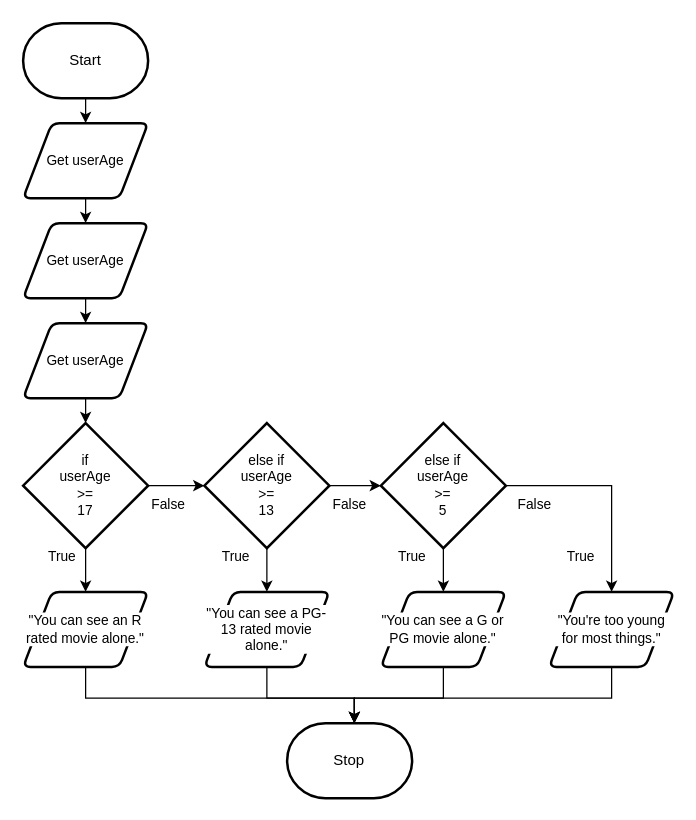
The draw.io diagram design/flowchart.drawio in MTHS-ICD2O-1-2024/ICD2O-Unit-5-05-peter-zerbinos, before the edit. Source tidied: cells renumbered, new cells numbered last; positions are measured from the earlier drawing's top-left corner, leaving out a move shared by most shapes. Both pictures are drawn from the tidied source at 125%, with x=0, y=0 at pixel (22, 22).
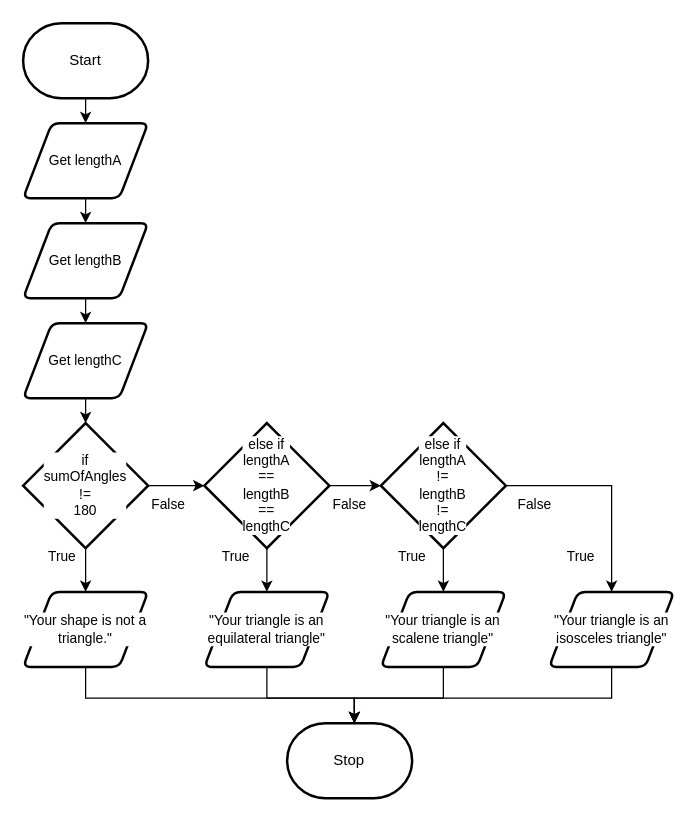
After the change.

Commit message:
finished flowchart

The edit, as a diff of the source:
```diff
@@
-    <mxCell id="6" value="if&lt;div&gt;userAge&lt;/div&gt;&lt;div&gt;&amp;gt;=&lt;/div&gt;&lt;div&gt;17&lt;/div&gt;" style="strokeWidth=2;html=1;shape=mxgraph.flowchart.decision;whiteSpace=wrap;fontFamily=Helvetica;fontSize=11;fontColor=default;labelBackgroundColor=default;" parent="1" vertex="1">
+    <mxCell id="6" value="&lt;div&gt;if&lt;/div&gt;&lt;div&gt;sumOfAngles&lt;/div&gt;&lt;div&gt;!=&lt;/div&gt;&lt;div&gt;180&lt;/div&gt;" style="strokeWidth=2;html=1;shape=mxgraph.flowchart.decision;whiteSpace=wrap;fontFamily=Helvetica;fontSize=11;fontColor=default;labelBackgroundColor=default;" parent="1" vertex="1">
       <mxGeometry y="320" width="100" height="100" as="geometry" />
     </mxCell>
@@
-    <mxCell id="10" value="Get userAge" style="shape=parallelogram;html=1;strokeWidth=2;perimeter=parallelogramPerimeter;whiteSpace=wrap;rounded=1;arcSize=12;size=0.23;fontFamily=Helvetica;fontSize=11;fontColor=default;labelBackgroundColor=default;" parent="1" vertex="1">
+    <mxCell id="10" value="Get lengthA" style="shape=parallelogram;html=1;strokeWidth=2;perimeter=parallelogramPerimeter;whiteSpace=wrap;rounded=1;arcSize=12;size=0.23;fontFamily=Helvetica;fontSize=11;fontColor=default;labelBackgroundColor=default;" parent="1" vertex="1">
       <mxGeometry y="80" width="100" height="60" as="geometry" />
     </mxCell>
@@
-    <mxCell id="12" value="&quot;You can see an R rated movie alone.&quot;" style="shape=parallelogram;html=1;strokeWidth=2;perimeter=parallelogramPerimeter;whiteSpace=wrap;rounded=1;arcSize=12;size=0.23;fontFamily=Helvetica;fontSize=11;fontColor=default;labelBackgroundColor=default;" parent="1" vertex="1">
+    <mxCell id="12" value="&quot;Your shape is not a triangle.&quot;" style="shape=parallelogram;html=1;strokeWidth=2;perimeter=parallelogramPerimeter;whiteSpace=wrap;rounded=1;arcSize=12;size=0.23;fontFamily=Helvetica;fontSize=11;fontColor=default;labelBackgroundColor=default;" parent="1" vertex="1">
       <mxGeometry y="455" width="100" height="60" as="geometry" />
     </mxCell>
@@
-    <mxCell id="15" value="else if&lt;div&gt;userAge&lt;/div&gt;&lt;div&gt;&amp;gt;=&lt;/div&gt;&lt;div&gt;13&lt;/div&gt;" style="strokeWidth=2;html=1;shape=mxgraph.flowchart.decision;whiteSpace=wrap;fontFamily=Helvetica;fontSize=11;fontColor=default;labelBackgroundColor=default;" parent="1" vertex="1">
+    <mxCell id="15" value="&lt;div&gt;else if&lt;/div&gt;&lt;div&gt;lengthA&lt;/div&gt;&lt;div&gt;==&lt;/div&gt;&lt;div&gt;lengthB&lt;/div&gt;&lt;div&gt;==&lt;/div&gt;&lt;div&gt;lengthC&lt;/div&gt;" style="strokeWidth=2;html=1;shape=mxgraph.flowchart.decision;whiteSpace=wrap;fontFamily=Helvetica;fontSize=11;fontColor=default;labelBackgroundColor=default;" parent="1" vertex="1">
       <mxGeometry x="145" y="320" width="100" height="100" as="geometry" />
     </mxCell>
@@
-    <mxCell id="18" value="&quot;You can see a PG-13 rated movie alone.&quot;" style="shape=parallelogram;html=1;strokeWidth=2;perimeter=parallelogramPerimeter;whiteSpace=wrap;rounded=1;arcSize=12;size=0.23;fontFamily=Helvetica;fontSize=11;fontColor=default;labelBackgroundColor=default;" parent="1" vertex="1">
+    <mxCell id="18" value="&quot;Your triangle is an equilateral triangle&quot;" style="shape=parallelogram;html=1;strokeWidth=2;perimeter=parallelogramPerimeter;whiteSpace=wrap;rounded=1;arcSize=12;size=0.23;fontFamily=Helvetica;fontSize=11;fontColor=default;labelBackgroundColor=default;" parent="1" vertex="1">
       <mxGeometry x="145" y="455" width="100" height="60" as="geometry" />
     </mxCell>
@@
-    <mxCell id="21" value="else if&lt;div&gt;userAge&lt;/div&gt;&lt;div&gt;&amp;gt;=&lt;/div&gt;&lt;div&gt;5&lt;/div&gt;" style="strokeWidth=2;html=1;shape=mxgraph.flowchart.decision;whiteSpace=wrap;fontFamily=Helvetica;fontSize=11;fontColor=default;labelBackgroundColor=default;" parent="1" vertex="1">
+    <mxCell id="21" value="&lt;div&gt;else if&lt;/div&gt;&lt;div&gt;lengthA&lt;/div&gt;&lt;div&gt;!=&lt;/div&gt;&lt;div&gt;lengthB&lt;/div&gt;&lt;div&gt;!=&lt;/div&gt;&lt;div&gt;lengthC&lt;/div&gt;" style="strokeWidth=2;html=1;shape=mxgraph.flowchart.decision;whiteSpace=wrap;fontFamily=Helvetica;fontSize=11;fontColor=default;labelBackgroundColor=default;" parent="1" vertex="1">
       <mxGeometry x="286.2" y="320" width="100" height="100" as="geometry" />
     </mxCell>
@@
-    <mxCell id="24" value="&quot;You can see a G or PG movie alone.&quot;" style="shape=parallelogram;html=1;strokeWidth=2;perimeter=parallelogramPerimeter;whiteSpace=wrap;rounded=1;arcSize=12;size=0.23;fontFamily=Helvetica;fontSize=11;fontColor=default;labelBackgroundColor=default;" parent="1" vertex="1">
+    <mxCell id="24" value="&quot;Your triangle is an scalene triangle&quot;" style="shape=parallelogram;html=1;strokeWidth=2;perimeter=parallelogramPerimeter;whiteSpace=wrap;rounded=1;arcSize=12;size=0.23;fontFamily=Helvetica;fontSize=11;fontColor=default;labelBackgroundColor=default;" parent="1" vertex="1">
       <mxGeometry x="286.2" y="455" width="100" height="60" as="geometry" />
     </mxCell>
@@
-    <mxCell id="26" value="&quot;You're too young for most things.&quot;" style="shape=parallelogram;html=1;strokeWidth=2;perimeter=parallelogramPerimeter;whiteSpace=wrap;rounded=1;arcSize=12;size=0.23;fontFamily=Helvetica;fontSize=11;fontColor=default;labelBackgroundColor=default;" parent="1" vertex="1">
+    <mxCell id="26" value="&quot;Your triangle is an isosceles triangle&quot;" style="shape=parallelogram;html=1;strokeWidth=2;perimeter=parallelogramPerimeter;whiteSpace=wrap;rounded=1;arcSize=12;size=0.23;fontFamily=Helvetica;fontSize=11;fontColor=default;labelBackgroundColor=default;" parent="1" vertex="1">
       <mxGeometry x="420.8" y="455" width="100" height="60" as="geometry" />
     </mxCell>
@@
-    <mxCell id="32" value="Get userAge" style="shape=parallelogram;html=1;strokeWidth=2;perimeter=parallelogramPerimeter;whiteSpace=wrap;rounded=1;arcSize=12;size=0.23;fontFamily=Helvetica;fontSize=11;fontColor=default;labelBackgroundColor=default;" parent="1" vertex="1">
+    <mxCell id="32" value="Get lengthB" style="shape=parallelogram;html=1;strokeWidth=2;perimeter=parallelogramPerimeter;whiteSpace=wrap;rounded=1;arcSize=12;size=0.23;fontFamily=Helvetica;fontSize=11;fontColor=default;labelBackgroundColor=default;" parent="1" vertex="1">
       <mxGeometry y="160" width="100" height="60" as="geometry" />
     </mxCell>
@@
-    <mxCell id="34" value="Get userAge" style="shape=parallelogram;html=1;strokeWidth=2;perimeter=parallelogramPerimeter;whiteSpace=wrap;rounded=1;arcSize=12;size=0.23;fontFamily=Helvetica;fontSize=11;fontColor=default;labelBackgroundColor=default;" parent="1" vertex="1">
+    <mxCell id="34" value="Get lengthC" style="shape=parallelogram;html=1;strokeWidth=2;perimeter=parallelogramPerimeter;whiteSpace=wrap;rounded=1;arcSize=12;size=0.23;fontFamily=Helvetica;fontSize=11;fontColor=default;labelBackgroundColor=default;" parent="1" vertex="1">
       <mxGeometry y="240" width="100" height="60" as="geometry" />
     </mxCell>
```
